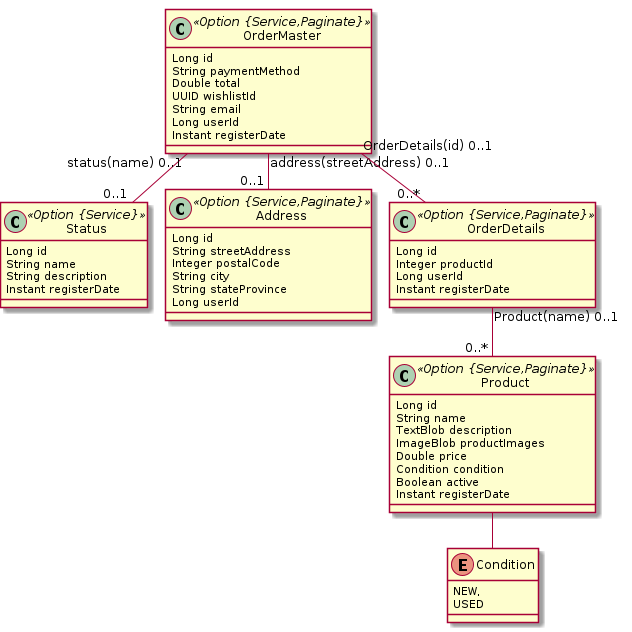
This is 1-ordersystem-monolithic/docs/ordersystem-jdl.png from tomj0101/distributed-system, a PlantUML export, as it was before one commit. Its diagram source:
```plantuml
@startuml
	!pragma graphviz_dot jdot
	!pragma syntax class
	class Status <<Option {Service}>> {
		Long id
		String name
		String description
		Instant registerDate
	}
	class Address <<Option {Service,Paginate}>> {
		Long id
		String streetAddress
		Integer postalCode
		String city
		String stateProvince
		Long userId
	}
	class Product <<Option {Service,Paginate}>> {
		Long id
		String name
		TextBlob description
		ImageBlob productImages
		Double price
		Condition condition
		Boolean active
		Instant registerDate
	}
	Product ..> Condition
	class OrderMaster <<Option {Service,Paginate}>> {
		Long id
		String paymentMethod
		Double total
		UUID wishlistId
		String email
		Long userId
		Instant registerDate
	}
	class OrderDetails <<Option {Service,Paginate}>> {
		Long id
		Integer productId
		Long userId
		Instant registerDate
	}
	enum Condition {
		NEW,
		USED
	}
	OrderMaster  "address(streetAddress) 0..1 " -- "0..1 "  Address
	OrderMaster  "status(name) 0..1 " -- "0..1 "  Status
	OrderMaster  "OrderDetails(id) 0..1 " --o "0..* "  OrderDetails
	OrderDetails  "Product(name) 0..1 " --o "0..* "  Product
@enduml
```
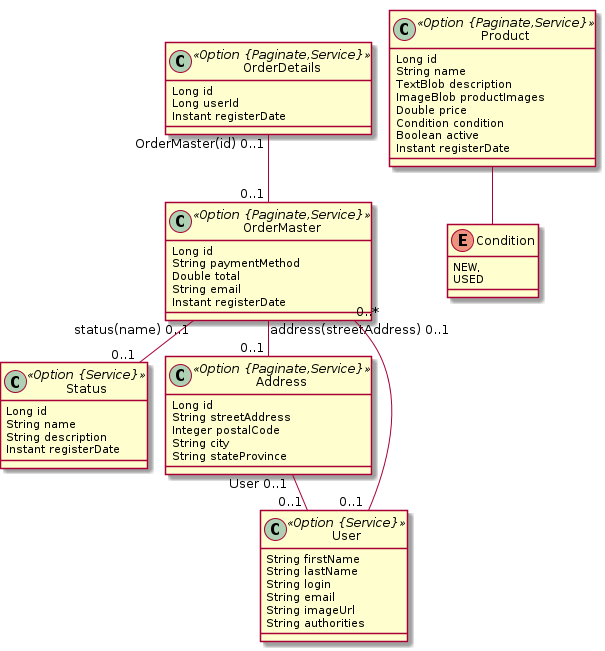
The same diagram one commit later.

Diff of the diagram source:
```diff
@@ -7,15 +7,14 @@
 		String description
 		Instant registerDate
 	}
-	class Address <<Option {Service,Paginate}>> {
+	class Address <<Option {Paginate,Service}>> {
 		Long id
 		String streetAddress
 		Integer postalCode
 		String city
 		String stateProvince
-		Long userId
 	}
-	class Product <<Option {Service,Paginate}>> {
+	class Product <<Option {Paginate,Service}>> {
 		Long id
 		String name
 		TextBlob description
@@ -26,18 +25,15 @@
 		Instant registerDate
 	}
 	Product ..> Condition
-	class OrderMaster <<Option {Service,Paginate}>> {
+	class OrderMaster <<Option {Paginate,Service}>> {
 		Long id
 		String paymentMethod
 		Double total
-		UUID wishlistId
 		String email
-		Long userId
 		Instant registerDate
 	}
-	class OrderDetails <<Option {Service,Paginate}>> {
+	class OrderDetails <<Option {Paginate,Service}>> {
 		Long id
-		Integer productId
 		Long userId
 		Instant registerDate
 	}
@@ -47,6 +43,15 @@
 	}
 	OrderMaster  "address(streetAddress) 0..1 " -- "0..1 "  Address
 	OrderMaster  "status(name) 0..1 " -- "0..1 "  Status
-	OrderMaster  "OrderDetails(id) 0..1 " --o "0..* "  OrderDetails
-	OrderDetails  "Product(name) 0..1 " --o "0..* "  Product
+	OrderDetails  "OrderMaster(id) 0..1 " -- "0..1 "  OrderMaster
+	Address  "User 0..1 " -- "0..1 "  User
+	OrderMaster  "0..* " o-- "0..1 "  User
+	class User <<Option {Service}>> {
+		String firstName
+		String lastName
+		String login
+		String email
+		String imageUrl
+		String authorities
+	}
 @enduml
```
